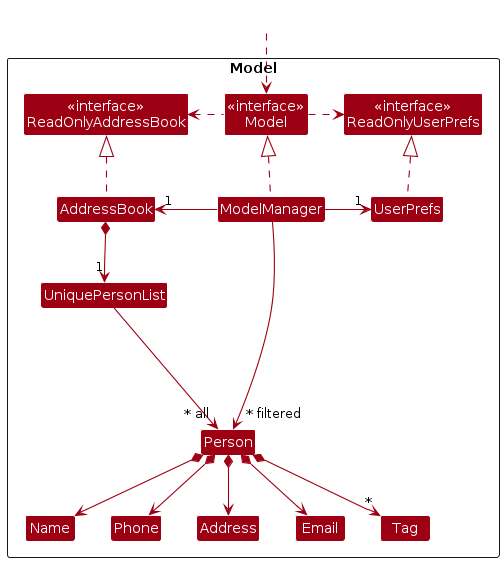
Before: docs/images/ModelClassDiagram.png, a diagram exported from PlantUML (se-edu/addressbook-level3).
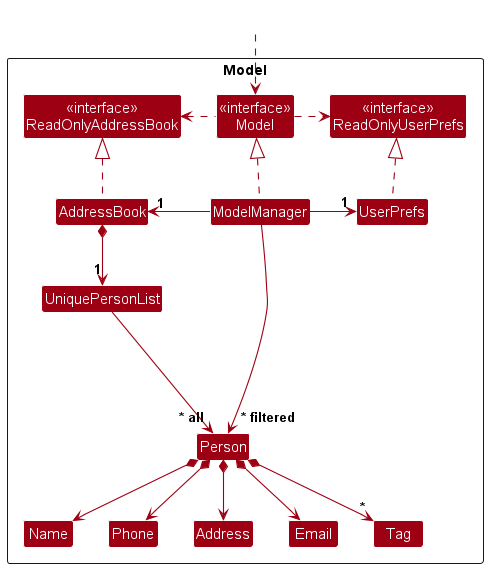
After the change.

Change to the diagram source:
```diff
@@ -36,7 +36,7 @@
 UserPrefs .up.|> ReadOnlyUserPrefs
 
 AddressBook *--> "1" UniquePersonList
-UniquePersonList -> "~* all" Person
+UniquePersonList --> "~* all" Person
 Person *--> Name
 Person *--> Phone
 Person *--> Email
@@ -50,5 +50,5 @@
 Phone -[hidden]right-> Address
 Address -[hidden]right-> Email
 
-ModelManager -> "~* filtered" Person
+ModelManager --> "~* filtered" Person
 @enduml
```
